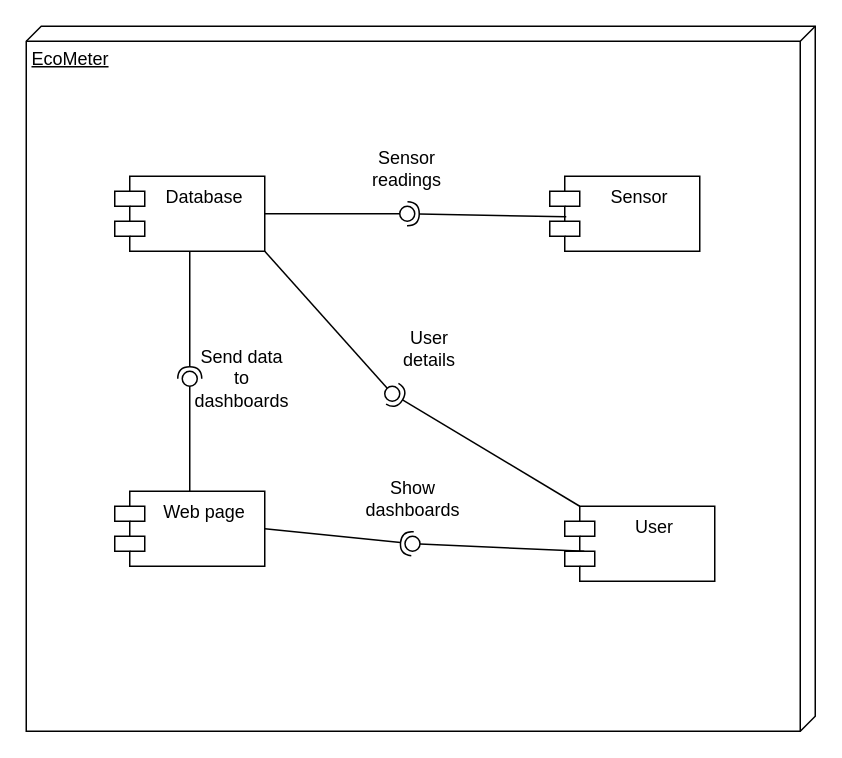
This is page "Página-2" (2 of 4) of Proyecto Final/Primer Avance/Use Case EcoMeter.drawio from ArmandoGomez2001/PWA, a draw.io file, before an edit. Source tidied: cells renumbered, new cells numbered last; positions are measured from the earlier drawing's top-left corner, leaving out a move shared by most shapes. Both pictures are drawn from the tidied source at 150%, with x=0, y=0 at pixel (26, 26).
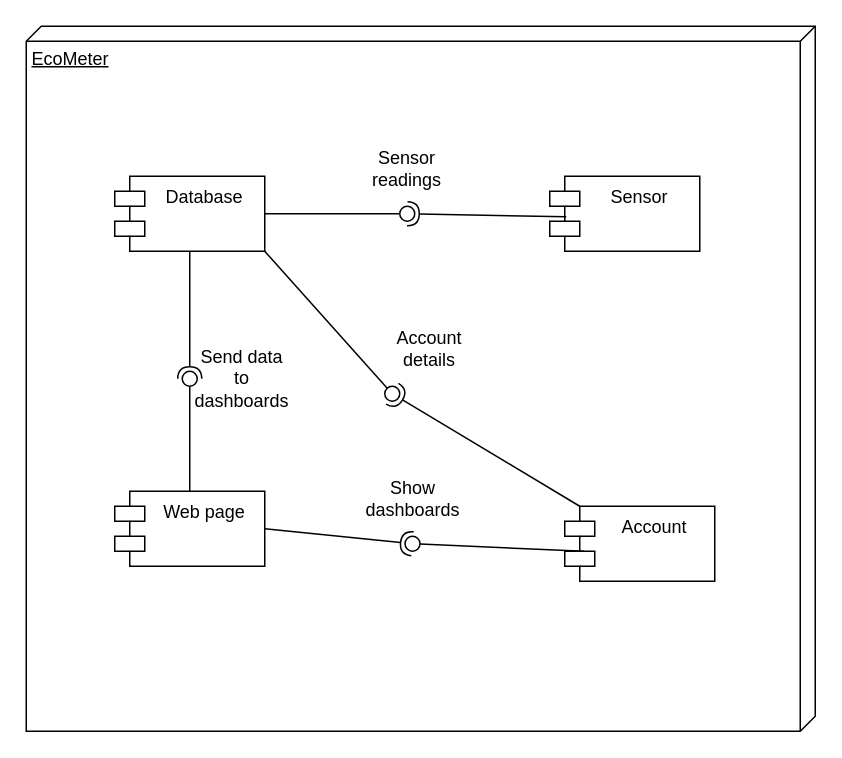
After the change.

The edit, as a diff of the source:
```diff
@@
-    <mxCell id="6" value="User" style="shape=module;align=left;spacingLeft=20;align=center;verticalAlign=top;whiteSpace=wrap;html=1;" parent="1" vertex="1">
+    <mxCell id="6" value="Account" style="shape=module;align=left;spacingLeft=20;align=center;verticalAlign=top;whiteSpace=wrap;html=1;" parent="1" vertex="1">
       <mxGeometry x="359" y="320" width="100" height="50" as="geometry" />
     </mxCell>
@@
-    <mxCell id="20" value="User details" style="text;html=1;strokeColor=none;fillColor=none;align=center;verticalAlign=middle;whiteSpace=wrap;rounded=0;" parent="1" vertex="1">
+    <mxCell id="20" value="Account details" style="text;html=1;strokeColor=none;fillColor=none;align=center;verticalAlign=middle;whiteSpace=wrap;rounded=0;" parent="1" vertex="1">
       <mxGeometry x="239" y="200" width="60" height="30" as="geometry" />
     </mxCell>
```
